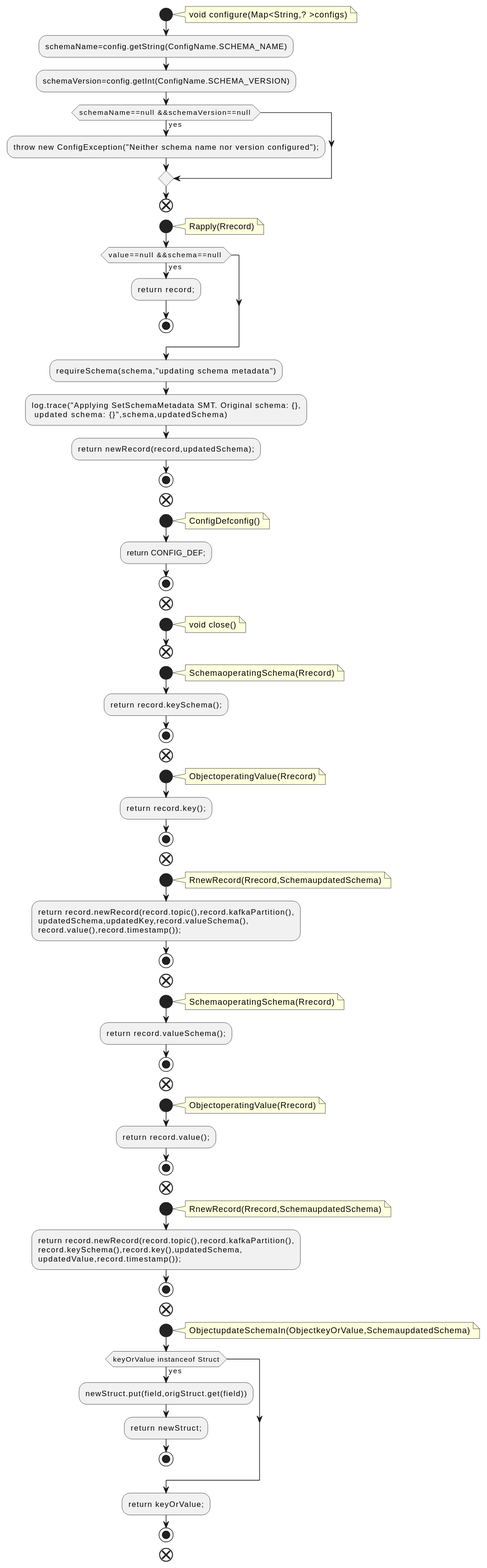
The PlantUML diagram docs/qc/connect/transforms/src/main/java/org/apache/kafka/connect/transforms/SetSchemaMetadata.java.fct.svg in qualitesys/kafka, before a commit.
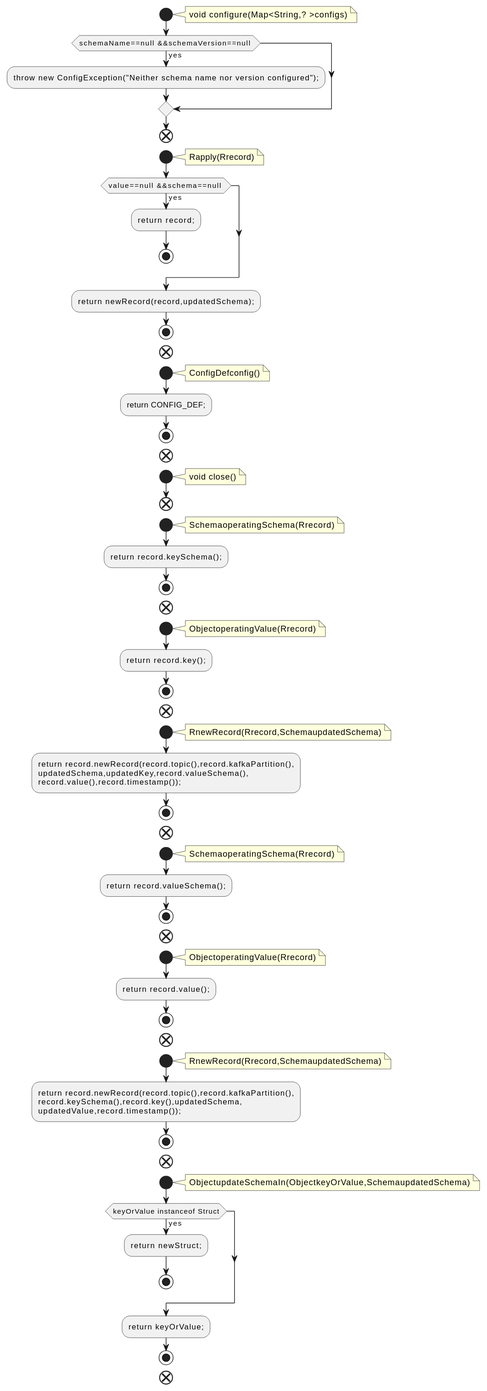
Above is the later version.

Change to the diagram source:
```diff
@@ -4,8 +4,6 @@
 note right
 void configure(Map<String,? >configs)
 end note
-:schemaName=config.getString(ConfigName.SCHEMA_NAME);
-:schemaVersion=config.getInt(ConfigName.SCHEMA_VERSION);
 if (schemaName==null &&schemaVersion==null ) then (yes)
 :throw new ConfigException("Neither schema name nor version configured");;
 endif
@@ -18,9 +16,6 @@
 :return record;;
 stop
 endif
-:requireSchema(schema,"updating schema metadata");
-:log.trace("Applying SetSchemaMetadata SMT. Original schema: {},
- updated schema: {}",schema,updatedSchema);
 :return newRecord(record,updatedSchema);;
 stop
 end
@@ -87,7 +82,6 @@
 ObjectupdateSchemaIn(ObjectkeyOrValue,SchemaupdatedSchema)
 end note
 if (keyOrValue instanceof Struct) then (yes)
-:newStruct.put(field,origStruct.get(field));
 :return newStruct;;
 stop
 endif
```
